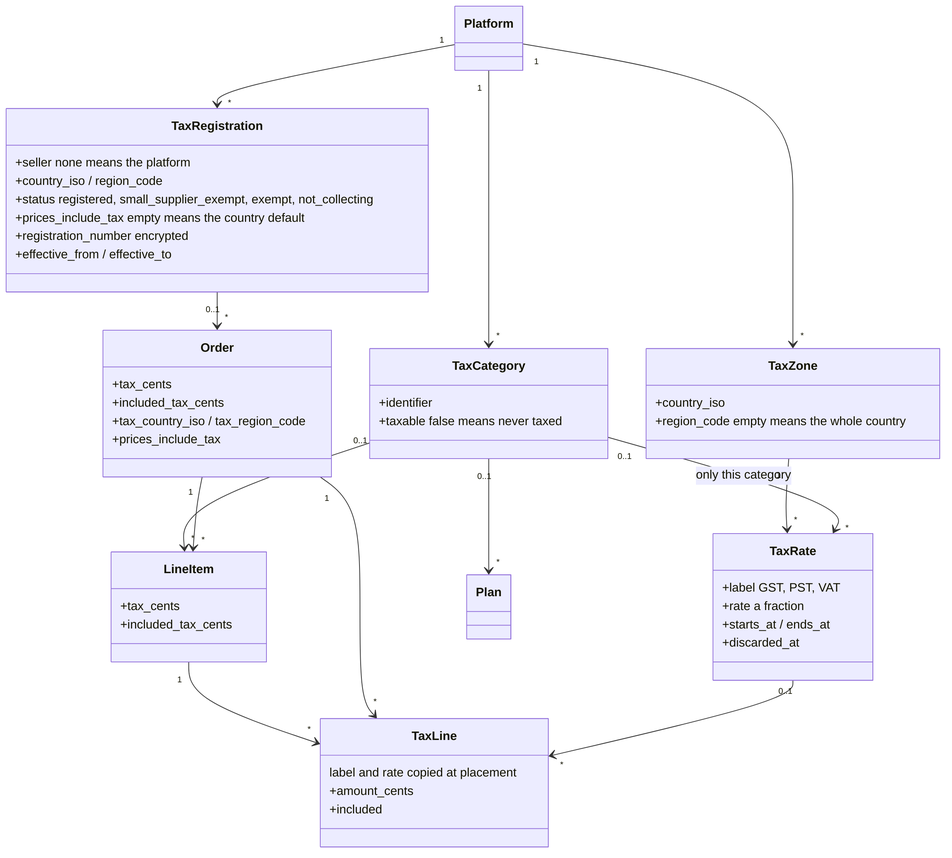
better-together-org/community-engine-rails keeps this Mermaid diagram as docs/diagrams/exports/png/billing_tax_model.png. Above is the earlier version. Its source is kept beside it as docs/diagrams/source/billing_tax_model.mmd.
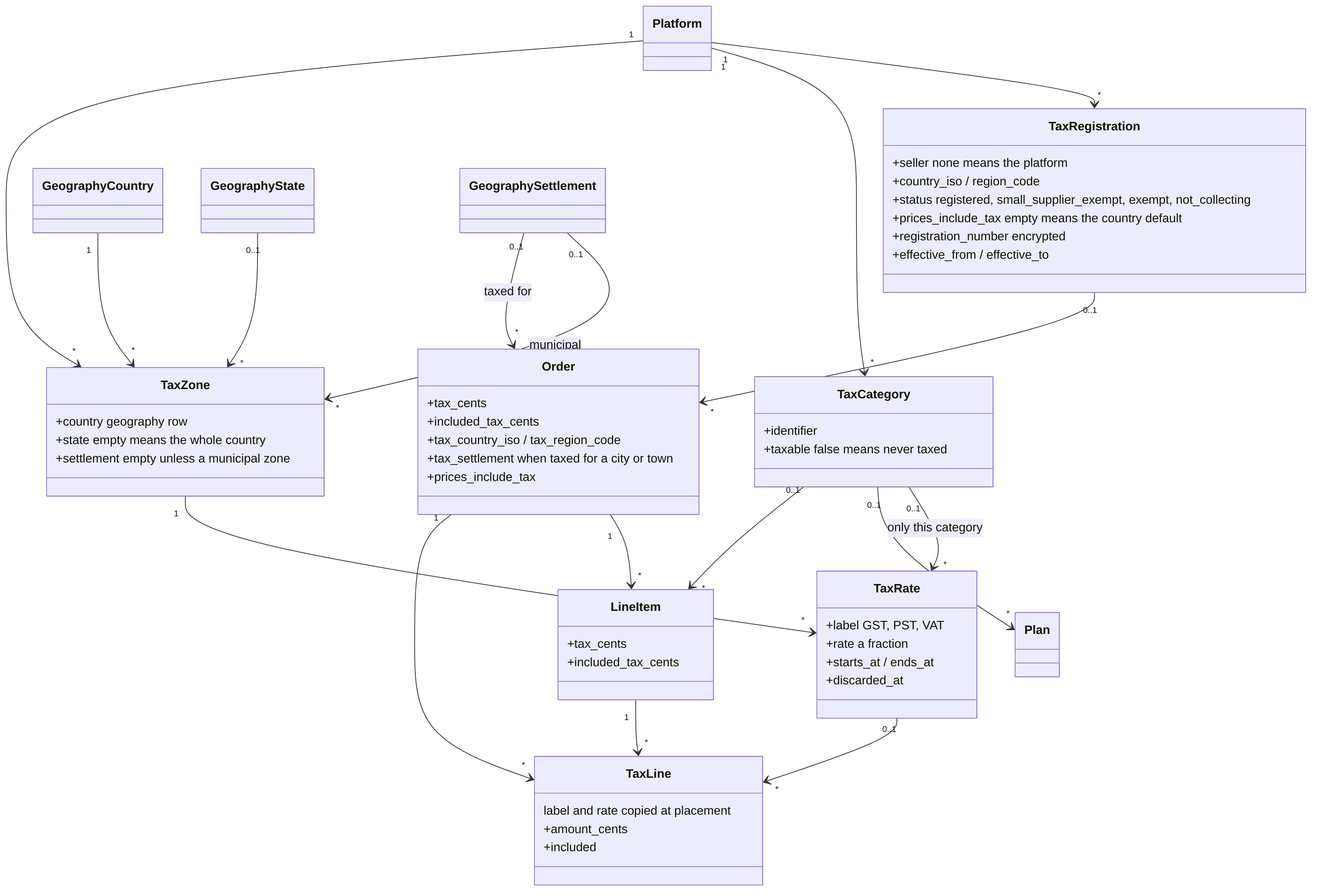
Later version of the same file.

Diff of the diagram source:
```diff
@@ -12,8 +12,9 @@
     +taxable  false means never taxed
   }
   class TaxZone {
-    +country_iso
-    +region_code  empty means the whole country
+    +country  geography row
+    +state  empty means the whole country
+    +settlement  empty unless a municipal zone
   }
   class TaxRate {
     +label  GST, PST, VAT
@@ -30,6 +31,7 @@
     +tax_cents
     +included_tax_cents
     +tax_country_iso / tax_region_code
+    +tax_settlement  when taxed for a city or town
     +prices_include_tax
   }
   class LineItem {
@@ -39,6 +41,10 @@
   Platform "1" --> "*" TaxRegistration
   Platform "1" --> "*" TaxCategory
   Platform "1" --> "*" TaxZone
+  GeographyCountry "1" --> "*" TaxZone
+  GeographyState "0..1" --> "*" TaxZone
+  GeographySettlement "0..1" --> "*" TaxZone : municipal
+  GeographySettlement "0..1" --> "*" Order : taxed for
   TaxZone "1" --> "*" TaxRate
   TaxCategory "0..1" --> "*" TaxRate : only this category
   TaxCategory "0..1" --> "*" Plan
```
